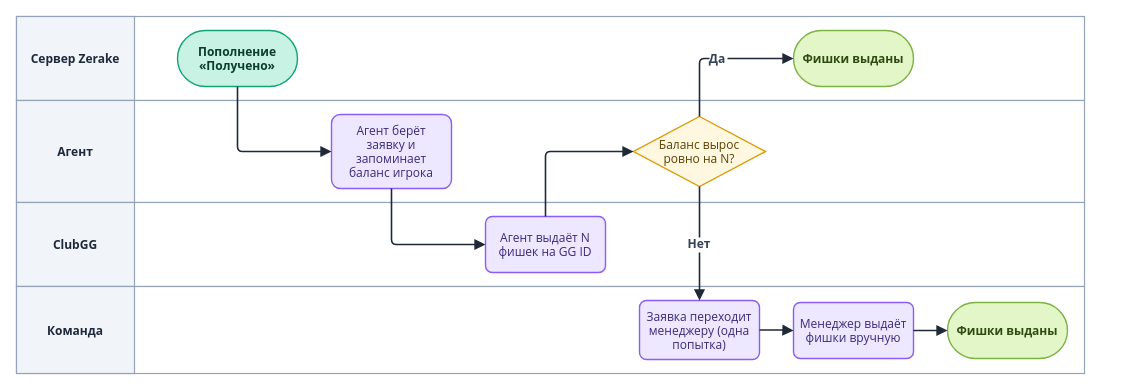
Above: diagrams/drawio/agent.drawio in LILSUFFER/zerake-docs (draw.io), before the change. Source tidied: cells renumbered, new cells numbered last; positions are measured from the earlier drawing's top-left corner, leaving out a move shared by most shapes. Both pictures are drawn from the tidied source at 100%, with x=0, y=0 at pixel (16, 16).
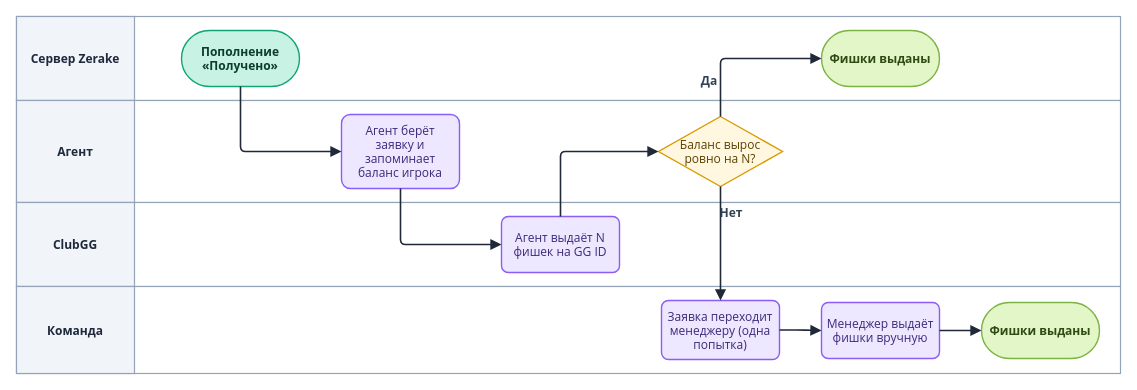
After the change.

The edit, as a diff of the source:
```diff
@@
     <mxCell id="2" style="rounded=0;html=0;fillColor=#FFFFFF;strokeColor=#94A3B8;strokeWidth=1.2;" parent="1" vertex="1">
-      <mxGeometry width="1068" height="84" as="geometry" />
+      <mxGeometry width="1104" height="84" as="geometry" />
     </mxCell>
@@
     <mxCell id="4" style="rounded=0;html=0;fillColor=#FFFFFF;strokeColor=#94A3B8;strokeWidth=1.2;" parent="1" vertex="1">
-      <mxGeometry y="84" width="1068" height="102" as="geometry" />
+      <mxGeometry y="84" width="1104" height="102" as="geometry" />
     </mxCell>
@@
     <mxCell id="6" style="rounded=0;html=0;fillColor=#FFFFFF;strokeColor=#94A3B8;strokeWidth=1.2;" parent="1" vertex="1">
-      <mxGeometry y="186" width="1068" height="84" as="geometry" />
+      <mxGeometry y="186" width="1104" height="84" as="geometry" />
     </mxCell>
@@
     <mxCell id="8" style="rounded=0;html=0;fillColor=#FFFFFF;strokeColor=#94A3B8;strokeWidth=1.2;" parent="1" vertex="1">
-      <mxGeometry y="270" width="1068" height="87" as="geometry" />
+      <mxGeometry y="270" width="1104" height="87" as="geometry" />
     </mxCell>
@@
     <mxCell id="10" value="Пополнение&#10;«Получено»" style="rounded=1;arcSize=50;html=0;fontStyle=1;fillColor=#C7F2E4;strokeColor=#12A477;fontColor=#0B3D2C;fontFamily=Segoe UI;fontSize=12;strokeWidth=1.4;" parent="1" vertex="1">
-      <mxGeometry x="161" y="14" width="120" height="56" as="geometry" />
+      <mxGeometry x="165" y="14" width="118" height="56" as="geometry" />
     </mxCell>
     <mxCell id="11" value="Агент берёт&#10;заявку и&#10;запоминает&#10;баланс игрока" style="rounded=1;arcSize=12;html=0;fillColor=#EDE7FF;strokeColor=#8B5CF6;fontColor=#3B2A7A;fontFamily=Segoe UI;fontSize=12;strokeWidth=1.4;" parent="1" vertex="1">
-      <mxGeometry x="315" y="98" width="120" height="74" as="geometry" />
+      <mxGeometry x="325" y="98" width="118" height="74" as="geometry" />
     </mxCell>
     <mxCell id="12" value="Агент выдаёт N&#10;фишек на GG ID" style="rounded=1;arcSize=12;html=0;fillColor=#EDE7FF;strokeColor=#8B5CF6;fontColor=#3B2A7A;fontFamily=Segoe UI;fontSize=12;strokeWidth=1.4;" parent="1" vertex="1">
-      <mxGeometry x="469" y="200" width="120" height="56" as="geometry" />
+      <mxGeometry x="485" y="200" width="118" height="56" as="geometry" />
     </mxCell>
     <mxCell id="13" value="Баланс вырос&#10;ровно на N?" style="rhombus;html=0;fillColor=#FFF7E0;strokeColor=#D99A00;fontColor=#5C4100;fontFamily=Segoe UI;fontSize=12;strokeWidth=1.4;" parent="1" vertex="1">
-      <mxGeometry x="617" y="100" width="132" height="70" as="geometry" />
+      <mxGeometry x="642" y="100" width="124" height="70" as="geometry" />
     </mxCell>
     <mxCell id="14" value="Фишки выданы" style="rounded=1;arcSize=50;html=0;fontStyle=1;fillColor=#E3F6C8;strokeColor=#7CB342;fontColor=#2F4A12;fontFamily=Segoe UI;fontSize=12;strokeWidth=1.4;" parent="1" vertex="1">
-      <mxGeometry x="777" y="14" width="120" height="56" as="geometry" />
+      <mxGeometry x="805" y="14" width="118" height="56" as="geometry" />
     </mxCell>
     <mxCell id="15" value="Заявка переходит&#10;менеджеру (одна&#10;попытка)" style="rounded=1;arcSize=12;html=0;fillColor=#EDE7FF;strokeColor=#8B5CF6;fontColor=#3B2A7A;fontFamily=Segoe UI;fontSize=12;strokeWidth=1.4;" parent="1" vertex="1">
-      <mxGeometry x="623" y="284" width="120" height="59" as="geometry" />
+      <mxGeometry x="645" y="284" width="118" height="59" as="geometry" />
     </mxCell>
     <mxCell id="16" value="Менеджер выдаёт&#10;фишки вручную" style="rounded=1;arcSize=12;html=0;fillColor=#EDE7FF;strokeColor=#8B5CF6;fontColor=#3B2A7A;fontFamily=Segoe UI;fontSize=12;strokeWidth=1.4;" parent="1" vertex="1">
-      <mxGeometry x="777" y="286" width="120" height="56" as="geometry" />
+      <mxGeometry x="805" y="286" width="118" height="56" as="geometry" />
     </mxCell>
     <mxCell id="17" value="Фишки выданы" style="rounded=1;arcSize=50;html=0;fontStyle=1;fillColor=#E3F6C8;strokeColor=#7CB342;fontColor=#2F4A12;fontFamily=Segoe UI;fontSize=12;strokeWidth=1.4;" parent="1" vertex="1">
-      <mxGeometry x="931" y="286" width="120" height="56" as="geometry" />
+      <mxGeometry x="965" y="286" width="118" height="56" as="geometry" />
     </mxCell>
-    <mxCell id="18" style="edgeStyle=orthogonalEdgeStyle;rounded=1;arcSize=10;jettySize=auto;html=0;strokeColor=#1F2937;strokeWidth=1.6;endArrow=block;endFill=1;endSize=7;fontFamily=Segoe UI;fontSize=12;fontStyle=1;fontColor=#334155;labelBackgroundColor=#FFFFFF;exitX=0.5;exitY=1;entryX=0;entryY=0.5;" parent="1" edge="1" source="10" target="11">
+    <mxCell id="18" style="edgeStyle=orthogonalEdgeStyle;rounded=1;arcSize=10;jettySize=auto;html=0;strokeColor=#1F2937;strokeWidth=1.6;endArrow=block;endFill=1;endSize=7;fontFamily=Segoe UI;fontSize=12;fontStyle=1;fontColor=#334155;labelBackgroundColor=none;exitX=0.5;exitY=1;entryX=0;entryY=0.5;" parent="1" edge="1" source="10" target="11">
       <mxGeometry relative="1" as="geometry" />
     </mxCell>
-    <mxCell id="19" style="edgeStyle=orthogonalEdgeStyle;rounded=1;arcSize=10;jettySize=auto;html=0;strokeColor=#1F2937;strokeWidth=1.6;endArrow=block;endFill=1;endSize=7;fontFamily=Segoe UI;fontSize=12;fontStyle=1;fontColor=#334155;labelBackgroundColor=#FFFFFF;exitX=0.5;exitY=1;entryX=0;entryY=0.5;" parent="1" edge="1" source="11" target="12">
+    <mxCell id="19" style="edgeStyle=orthogonalEdgeStyle;rounded=1;arcSize=10;jettySize=auto;html=0;strokeColor=#1F2937;strokeWidth=1.6;endArrow=block;endFill=1;endSize=7;fontFamily=Segoe UI;fontSize=12;fontStyle=1;fontColor=#334155;labelBackgroundColor=none;exitX=0.5;exitY=1;entryX=0;entryY=0.5;" parent="1" edge="1" source="11" target="12">
       <mxGeometry relative="1" as="geometry" />
     </mxCell>
-    <mxCell id="20" style="edgeStyle=orthogonalEdgeStyle;rounded=1;arcSize=10;jettySize=auto;html=0;strokeColor=#1F2937;strokeWidth=1.6;endArrow=block;endFill=1;endSize=7;fontFamily=Segoe UI;fontSize=12;fontStyle=1;fontColor=#334155;labelBackgroundColor=#FFFFFF;exitX=0.5;exitY=0;entryX=0;entryY=0.5;" parent="1" edge="1" source="12" target="13">
+    <mxCell id="20" style="edgeStyle=orthogonalEdgeStyle;rounded=1;arcSize=10;jettySize=auto;html=0;strokeColor=#1F2937;strokeWidth=1.6;endArrow=block;endFill=1;endSize=7;fontFamily=Segoe UI;fontSize=12;fontStyle=1;fontColor=#334155;labelBackgroundColor=none;exitX=0.5;exitY=0;entryX=0;entryY=0.5;" parent="1" edge="1" source="12" target="13">
       <mxGeometry relative="1" as="geometry" />
     </mxCell>
-    <mxCell id="21" value="Да" style="edgeStyle=orthogonalEdgeStyle;rounded=1;arcSize=10;jettySize=auto;html=0;strokeColor=#1F2937;strokeWidth=1.6;endArrow=block;endFill=1;endSize=7;fontFamily=Segoe UI;fontSize=12;fontStyle=1;fontColor=#334155;labelBackgroundColor=#FFFFFF;exitX=0.5;exitY=0;entryX=0;entryY=0.5;" parent="1" edge="1" source="13" target="14">
-      <mxGeometry relative="1" as="geometry" />
+    <mxCell id="21" value="Да" style="edgeStyle=orthogonalEdgeStyle;rounded=1;arcSize=10;jettySize=auto;html=0;strokeColor=#1F2937;strokeWidth=1.6;endArrow=block;endFill=1;endSize=7;fontFamily=Segoe UI;fontSize=12;fontStyle=1;fontColor=#334155;labelBackgroundColor=none;exitX=0.5;exitY=0;entryX=0;entryY=0.5;" parent="1" edge="1" source="13" target="14">
+      <mxGeometry x="-0.55" y="11" relative="1" as="geometry" />
     </mxCell>
-    <mxCell id="22" value="Нет" style="edgeStyle=orthogonalEdgeStyle;rounded=1;arcSize=10;jettySize=auto;html=0;strokeColor=#1F2937;strokeWidth=1.6;endArrow=block;endFill=1;endSize=7;fontFamily=Segoe UI;fontSize=12;fontStyle=1;fontColor=#334155;labelBackgroundColor=#FFFFFF;" parent="1" edge="1" source="13" target="15">
-      <mxGeometry relative="1" as="geometry" />
+    <mxCell id="22" value="Нет" style="edgeStyle=orthogonalEdgeStyle;rounded=1;arcSize=10;jettySize=auto;html=0;strokeColor=#1F2937;strokeWidth=1.6;endArrow=block;endFill=1;endSize=7;fontFamily=Segoe UI;fontSize=12;fontStyle=1;fontColor=#334155;labelBackgroundColor=none;" parent="1" edge="1" source="13" target="15">
+      <mxGeometry x="-0.55" y="11" relative="1" as="geometry" />
     </mxCell>
-    <mxCell id="23" style="edgeStyle=orthogonalEdgeStyle;rounded=1;arcSize=10;jettySize=auto;html=0;strokeColor=#1F2937;strokeWidth=1.6;endArrow=block;endFill=1;endSize=7;fontFamily=Segoe UI;fontSize=12;fontStyle=1;fontColor=#334155;labelBackgroundColor=#FFFFFF;" parent="1" edge="1" source="15" target="16">
+    <mxCell id="23" style="edgeStyle=orthogonalEdgeStyle;rounded=1;arcSize=10;jettySize=auto;html=0;strokeColor=#1F2937;strokeWidth=1.6;endArrow=block;endFill=1;endSize=7;fontFamily=Segoe UI;fontSize=12;fontStyle=1;fontColor=#334155;labelBackgroundColor=none;" parent="1" edge="1" source="15" target="16">
       <mxGeometry relative="1" as="geometry" />
     </mxCell>
-    <mxCell id="24" style="edgeStyle=orthogonalEdgeStyle;rounded=1;arcSize=10;jettySize=auto;html=0;strokeColor=#1F2937;strokeWidth=1.6;endArrow=block;endFill=1;endSize=7;fontFamily=Segoe UI;fontSize=12;fontStyle=1;fontColor=#334155;labelBackgroundColor=#FFFFFF;" parent="1" edge="1" source="16" target="17">
+    <mxCell id="24" style="edgeStyle=orthogonalEdgeStyle;rounded=1;arcSize=10;jettySize=auto;html=0;strokeColor=#1F2937;strokeWidth=1.6;endArrow=block;endFill=1;endSize=7;fontFamily=Segoe UI;fontSize=12;fontStyle=1;fontColor=#334155;labelBackgroundColor=none;" parent="1" edge="1" source="16" target="17">
       <mxGeometry relative="1" as="geometry" />
     </mxCell>
```
